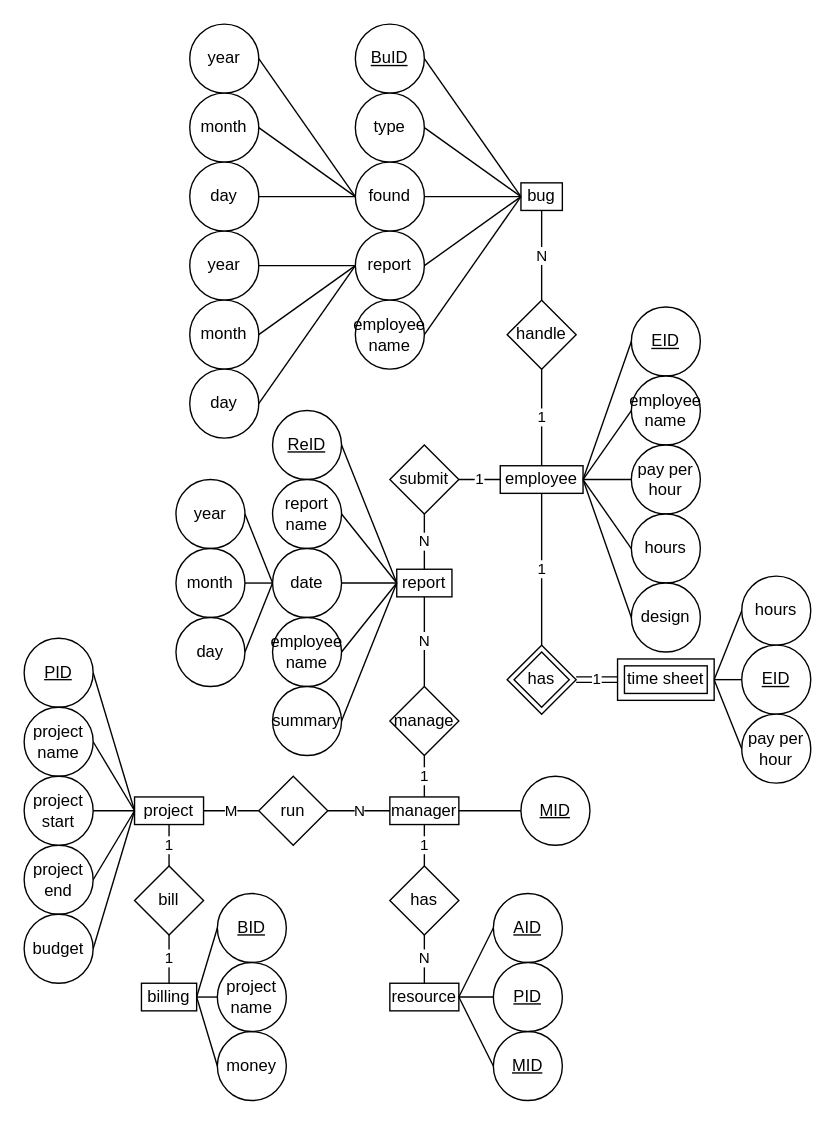
wnetz/notes keeps this draw.io diagram as Attachments/er.drawio. Above is the earlier version. Source tidied: cells renumbered, new cells numbered last; positions are measured from the earlier drawing's top-left corner, leaving out a move shared by most shapes. Both pictures are drawn from the tidied source at 138%, with x=0, y=0 at pixel (23, 23).
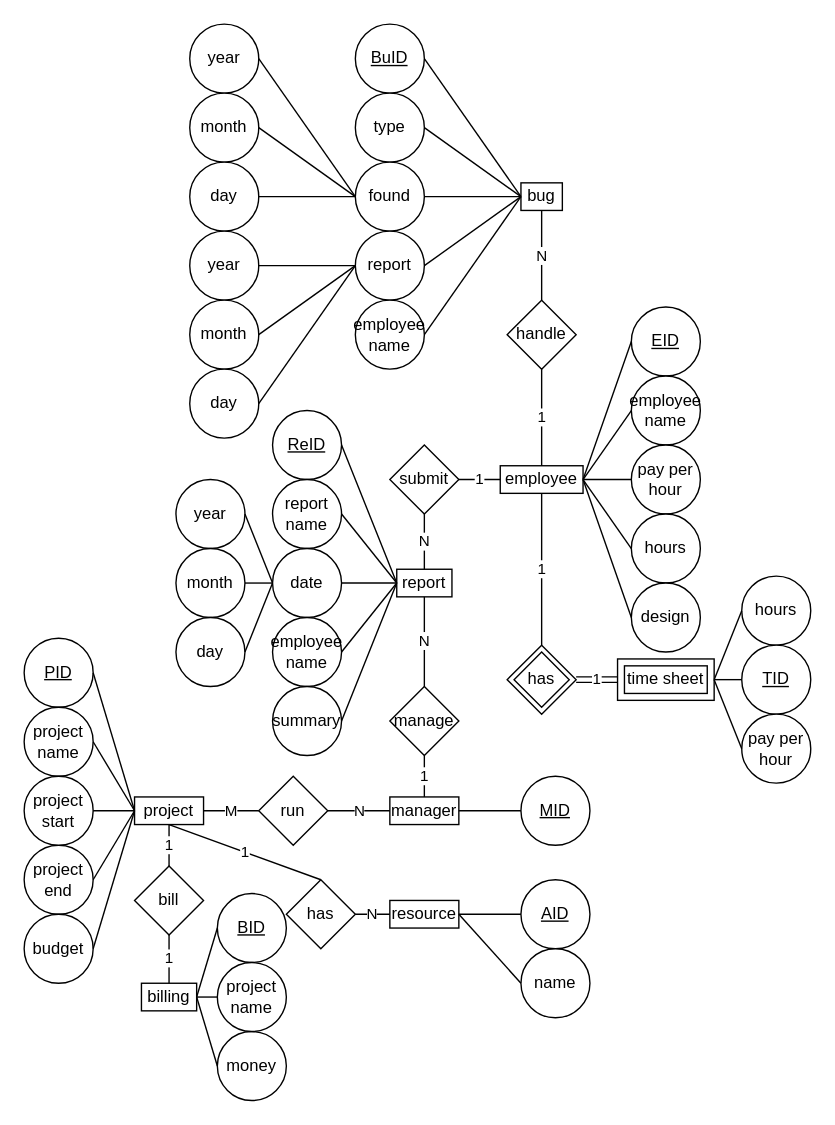
The same page after the edit.

Commit message (it also covers changes not shown here):
vault backup: 2021-10-07 17:44:36

Affected files:
.obsidian/workspace
Attachments/er.drawio

Unchanged cells that the change refers to:
```xml
<mxCell id="75" value="manager" style="rounded=0;whiteSpace=wrap;html=1;" parent="1" vertex="1">
  <mxGeometry x="265" y="560" width="50" height="20" as="geometry" />
</mxCell>
<mxCell id="91" value="project" style="rounded=0;whiteSpace=wrap;html=1;" parent="1" vertex="1">
  <mxGeometry x="80" y="560" width="50" height="20" as="geometry" />
</mxCell>
```

Change to the diagram source:
```diff
@@
-    <mxCell id="48" value="&lt;u&gt;EID&lt;/u&gt;" style="ellipse;whiteSpace=wrap;html=1;" parent="1" vertex="1">
+    <mxCell id="48" value="&lt;u&gt;TID&lt;/u&gt;" style="ellipse;whiteSpace=wrap;html=1;" parent="1" vertex="1">
       <mxGeometry x="520" y="450" width="50" height="50" as="geometry" />
     </mxCell>
@@
     <mxCell id="79" value="has" style="rhombus;whiteSpace=wrap;html=1;" parent="1" vertex="1">
-      <mxGeometry x="265" y="610" width="50" height="50" as="geometry" />
+      <mxGeometry x="190" y="620" width="50" height="50" as="geometry" />
     </mxCell>
-    <mxCell id="80" value="1" style="endArrow=none;html=1;entryX=0.5;entryY=1;entryDx=0;entryDy=0;exitX=0.5;exitY=0;exitDx=0;exitDy=0;" parent="1" edge="1" source="79" target="75">
+    <mxCell id="80" value="1" style="endArrow=none;html=1;entryX=0.5;entryY=1;entryDx=0;entryDy=0;exitX=0.5;exitY=0;exitDx=0;exitDy=0;" parent="1" edge="1" source="79" target="91">
       <mxGeometry relative="1" as="geometry" />
     </mxCell>
     <mxCell id="81" value="resource" style="rounded=0;whiteSpace=wrap;html=1;" parent="1" vertex="1">
-      <mxGeometry x="265" y="695" width="50" height="20" as="geometry" />
+      <mxGeometry x="265" y="635" width="50" height="20" as="geometry" />
     </mxCell>
-    <mxCell id="82" value="N" style="endArrow=none;html=1;entryX=0.5;entryY=1;entryDx=0;entryDy=0;exitX=0.5;exitY=0;exitDx=0;exitDy=0;" parent="1" edge="1" source="81" target="79">
+    <mxCell id="82" value="N" style="endArrow=none;html=1;entryX=1;entryY=0.5;entryDx=0;entryDy=0;exitX=0;exitY=0.5;exitDx=0;exitDy=0;" parent="1" edge="1" source="81" target="79">
       <mxGeometry relative="1" as="geometry" />
     </mxCell>
-    <mxCell id="83" value="&lt;u&gt;MID&lt;/u&gt;" style="ellipse;whiteSpace=wrap;html=1;" parent="1" vertex="1">
-      <mxGeometry x="340" y="730" width="50" height="50" as="geometry" />
-    </mxCell>
     <mxCell id="84" value="&lt;u&gt;AID&lt;/u&gt;" style="ellipse;whiteSpace=wrap;html=1;" parent="1" vertex="1">
-      <mxGeometry x="340" y="630" width="50" height="50" as="geometry" />
+      <mxGeometry x="360" y="620" width="50" height="50" as="geometry" />
     </mxCell>
-    <mxCell id="85" value="&lt;u&gt;PID&lt;/u&gt;" style="ellipse;whiteSpace=wrap;html=1;" parent="1" vertex="1">
-      <mxGeometry x="340" y="680" width="50" height="50" as="geometry" />
-    </mxCell>
@@
-    <mxCell id="87" style="endArrow=none;html=1;exitX=1;exitY=0.5;exitDx=0;exitDy=0;entryX=0;entryY=0.5;entryDx=0;entryDy=0;" parent="1" edge="1" source="81" target="85">
-      <mxGeometry relative="1" as="geometry" />
-    </mxCell>
-    <mxCell id="88" style="endArrow=none;html=1;exitX=1;exitY=0.5;exitDx=0;exitDy=0;entryX=0;entryY=0.5;entryDx=0;entryDy=0;" parent="1" edge="1" source="81" target="83">
-      <mxGeometry relative="1" as="geometry" />
-    </mxCell>
@@
+    <mxCell id="113" value="name" style="ellipse;whiteSpace=wrap;html=1;" parent="1" vertex="1">
+      <mxGeometry x="360" y="670" width="50" height="50" as="geometry" />
+    </mxCell>
+    <mxCell id="114" style="endArrow=none;html=1;exitX=0;exitY=0.5;exitDx=0;exitDy=0;entryX=1;entryY=0.5;entryDx=0;entryDy=0;" parent="1" edge="1" source="113" target="81">
+      <mxGeometry relative="1" as="geometry" />
+    </mxCell>
```
